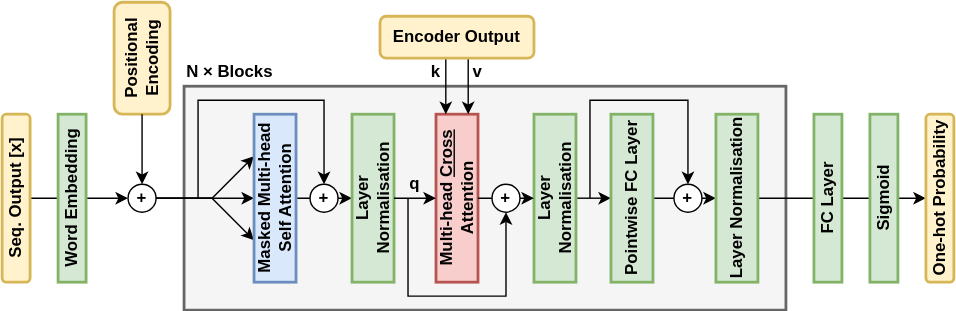
The draw.io diagram transformer_decoding.svg in yyhtbs-yye/course_images, before a commit. Source tidied: cells renumbered, new cells last; positions are measured from the earlier drawing's top-left corner, leaving out a move shared by most shapes. Source of this version:
```xml
<mxGraphModel>
  <root>
    <mxCell id="0" />
    <mxCell id="1" parent="0" />
    <mxCell id="2" style="rounded=0;whiteSpace=wrap;html=1;strokeWidth=2;fillColor=#f5f5f5;fontColor=#333333;strokeColor=#666666;" parent="1" vertex="1">
      <mxGeometry x="130" y="60" width="430" height="160" as="geometry" />
    </mxCell>
    <mxCell id="3" style="rounded=0;jettySize=auto;html=1;entryX=0;entryY=0.25;entryDx=0;entryDy=0;" parent="1" edge="1" source="8">
      <mxGeometry relative="1" as="geometry">
        <mxPoint x="180" y="110" as="targetPoint" />
        <Array as="points">
          <mxPoint x="150" y="140" />
        </Array>
      </mxGeometry>
    </mxCell>
    <mxCell id="4" style="rounded=0;jettySize=auto;html=1;" parent="1" edge="1" source="5" target="8">
      <mxGeometry relative="1" as="geometry" />
    </mxCell>
    <mxCell id="5" value="Seq. Output [x]" style="rounded=1;whiteSpace=wrap;html=1;fillColor=#fff2cc;strokeColor=#d6b656;horizontal=0;fontStyle=1;strokeWidth=2;" parent="1" vertex="1">
      <mxGeometry y="80" width="20" height="120" as="geometry" />
    </mxCell>
    <mxCell id="6" value="Word Embedding" style="rounded=0;whiteSpace=wrap;html=1;fillColor=#d5e8d4;strokeColor=#82b366;horizontal=0;fontStyle=1;strokeWidth=2;" parent="1" vertex="1">
      <mxGeometry x="40" y="80" width="20" height="120" as="geometry" />
    </mxCell>
    <mxCell id="7" value="Positional Encoding" style="rounded=1;whiteSpace=wrap;html=1;fillColor=#fff2cc;strokeColor=#d6b656;horizontal=0;fontStyle=1;strokeWidth=2;" parent="1" vertex="1">
      <mxGeometry x="80" width="40" height="80" as="geometry" />
    </mxCell>
    <mxCell id="8" value="+" style="ellipse;whiteSpace=wrap;html=1;fontStyle=1;" parent="1" vertex="1">
      <mxGeometry x="90" y="130" width="20" height="20" as="geometry" />
    </mxCell>
    <mxCell id="9" style="rounded=0;jettySize=auto;html=1;" parent="1" edge="1" source="7" target="8">
      <mxGeometry relative="1" as="geometry" />
    </mxCell>
    <mxCell id="10" style="rounded=0;jettySize=auto;html=1;" parent="1" edge="1" target="12">
      <mxGeometry relative="1" as="geometry">
        <mxPoint x="210" y="140" as="sourcePoint" />
      </mxGeometry>
    </mxCell>
    <mxCell id="11" style="rounded=0;jettySize=auto;html=1;" parent="1" edge="1" source="26" target="14">
      <mxGeometry relative="1" as="geometry" />
    </mxCell>
    <mxCell id="12" value="Layer&lt;br&gt;Normalisation" style="rounded=0;whiteSpace=wrap;html=1;fillColor=#d5e8d4;strokeColor=#82b366;horizontal=0;fontStyle=1;strokeWidth=2;" parent="1" vertex="1">
      <mxGeometry x="250" y="80" width="30" height="120" as="geometry" />
    </mxCell>
    <mxCell id="13" style="rounded=0;jettySize=auto;html=1;" parent="1" edge="1" source="14" target="16">
      <mxGeometry relative="1" as="geometry" />
    </mxCell>
    <mxCell id="14" value="Pointwise FC Layer" style="rounded=0;whiteSpace=wrap;html=1;fillColor=#d5e8d4;strokeColor=#82b366;horizontal=0;fontStyle=1;strokeWidth=2;" parent="1" vertex="1">
      <mxGeometry x="435" y="80" width="30" height="120" as="geometry" />
    </mxCell>
    <mxCell id="15" style="rounded=0;jettySize=auto;html=1;" parent="1" edge="1" source="16" target="24">
      <mxGeometry relative="1" as="geometry" />
    </mxCell>
    <mxCell id="16" value="Layer Normalisation" style="rounded=0;whiteSpace=wrap;html=1;fillColor=#d5e8d4;strokeColor=#82b366;horizontal=0;fontStyle=1;strokeWidth=2;" parent="1" vertex="1">
      <mxGeometry x="510" y="80" width="30" height="120" as="geometry" />
    </mxCell>
    <mxCell id="17" value="N × Blocks" style="text;html=1;strokeColor=none;fillColor=none;align=left;verticalAlign=middle;whiteSpace=wrap;rounded=0;fontStyle=1;" parent="1" vertex="1">
      <mxGeometry x="130" y="40" width="100" height="20" as="geometry" />
    </mxCell>
    <mxCell id="18" style="rounded=0;jettySize=auto;html=1;entryX=0;entryY=0.75;entryDx=0;entryDy=0;" parent="1" edge="1" source="8">
      <mxGeometry relative="1" as="geometry">
        <mxPoint x="180" y="170" as="targetPoint" />
        <Array as="points">
          <mxPoint x="150" y="140" />
        </Array>
      </mxGeometry>
    </mxCell>
    <mxCell id="19" style="rounded=0;jettySize=auto;html=1;entryX=0;entryY=0.5;entryDx=0;entryDy=0;" parent="1" edge="1" source="8">
      <mxGeometry relative="1" as="geometry">
        <mxPoint x="180" y="140" as="targetPoint" />
      </mxGeometry>
    </mxCell>
    <mxCell id="20" style="endArrow=classic;html=1;rounded=0;" parent="1" edge="1" target="21">
      <mxGeometry relative="1" as="geometry">
        <mxPoint x="140" y="140" as="sourcePoint" />
        <Array as="points">
          <mxPoint x="140" y="70" />
          <mxPoint x="230" y="70" />
        </Array>
      </mxGeometry>
    </mxCell>
    <mxCell id="21" value="+" style="ellipse;whiteSpace=wrap;html=1;fontStyle=1;" parent="1" vertex="1">
      <mxGeometry x="220" y="130" width="20" height="20" as="geometry" />
    </mxCell>
    <mxCell id="22" value="+" style="ellipse;whiteSpace=wrap;html=1;fontStyle=1;" parent="1" vertex="1">
      <mxGeometry x="480" y="130" width="20" height="20" as="geometry" />
    </mxCell>
    <mxCell id="23" style="endArrow=classic;html=1;rounded=0;" parent="1" edge="1" target="22">
      <mxGeometry relative="1" as="geometry">
        <mxPoint x="420" y="140" as="sourcePoint" />
        <Array as="points">
          <mxPoint x="420" y="70" />
          <mxPoint x="490" y="70" />
        </Array>
      </mxGeometry>
    </mxCell>
    <mxCell id="24" value="One-hot Probability" style="rounded=1;whiteSpace=wrap;html=1;fillColor=#fff2cc;strokeColor=#d6b656;horizontal=0;fontStyle=1;strokeWidth=2;" parent="1" vertex="1">
      <mxGeometry x="660" y="80" width="20" height="120" as="geometry" />
    </mxCell>
    <mxCell id="25" value="Multi-head &lt;u&gt;Cross &lt;/u&gt;Attention" style="rounded=0;whiteSpace=wrap;html=1;fillColor=#f8cecc;strokeColor=#b85450;horizontal=0;fontStyle=1;strokeWidth=2;" parent="1" vertex="1">
      <mxGeometry x="310" y="80" width="30" height="120" as="geometry" />
    </mxCell>
    <mxCell id="26" value="Layer&lt;br&gt;Normalisation" style="rounded=0;whiteSpace=wrap;html=1;fillColor=#d5e8d4;strokeColor=#82b366;horizontal=0;fontStyle=1;strokeWidth=2;" parent="1" vertex="1">
      <mxGeometry x="380" y="80" width="30" height="120" as="geometry" />
    </mxCell>
    <mxCell id="27" style="endArrow=classic;html=1;rounded=0;" parent="1" edge="1" target="30">
      <mxGeometry relative="1" as="geometry">
        <mxPoint x="290" y="140" as="sourcePoint" />
        <Array as="points">
          <mxPoint x="290" y="210" />
          <mxPoint x="360" y="210" />
        </Array>
      </mxGeometry>
    </mxCell>
    <mxCell id="28" style="rounded=0;jettySize=auto;html=1;" parent="1" edge="1" source="12" target="25">
      <mxGeometry relative="1" as="geometry" />
    </mxCell>
    <mxCell id="29" style="rounded=0;jettySize=auto;html=1;" parent="1" edge="1" source="25" target="26">
      <mxGeometry relative="1" as="geometry" />
    </mxCell>
    <mxCell id="30" value="+" style="ellipse;whiteSpace=wrap;html=1;fontStyle=1;" parent="1" vertex="1">
      <mxGeometry x="350" y="130" width="20" height="20" as="geometry" />
    </mxCell>
    <mxCell id="31" style="endArrow=classic;html=1;rounded=0;entryX=0.25;entryY=0;entryDx=0;entryDy=0;" parent="1" edge="1">
      <mxGeometry relative="1" as="geometry">
        <mxPoint x="317" y="40" as="sourcePoint" />
        <mxPoint x="317" y="80" as="targetPoint" />
      </mxGeometry>
    </mxCell>
    <mxCell id="32" style="endArrow=classic;html=1;rounded=0;entryX=0.25;entryY=0;entryDx=0;entryDy=0;" parent="1" edge="1">
      <mxGeometry relative="1" as="geometry">
        <mxPoint x="333" y="40" as="sourcePoint" />
        <mxPoint x="333" y="80" as="targetPoint" />
      </mxGeometry>
    </mxCell>
    <mxCell id="33" value="q" style="text;html=1;strokeColor=none;fillColor=none;align=center;verticalAlign=middle;whiteSpace=wrap;rounded=0;fontStyle=1;" parent="1" vertex="1">
      <mxGeometry x="285" y="120" width="20" height="20" as="geometry" />
    </mxCell>
    <mxCell id="34" value="k" style="text;html=1;strokeColor=none;fillColor=none;align=center;verticalAlign=middle;whiteSpace=wrap;rounded=0;fontStyle=1;" parent="1" vertex="1">
      <mxGeometry x="300" y="40" width="20" height="20" as="geometry" />
    </mxCell>
    <mxCell id="35" value="v" style="text;html=1;strokeColor=none;fillColor=none;align=center;verticalAlign=middle;whiteSpace=wrap;rounded=0;fontStyle=1;" parent="1" vertex="1">
      <mxGeometry x="330" y="40" width="20" height="20" as="geometry" />
    </mxCell>
    <mxCell id="36" value="Encoder Output" style="rounded=1;whiteSpace=wrap;html=1;fillColor=#fff2cc;strokeColor=#d6b656;fontStyle=1;strokeWidth=2;" parent="1" vertex="1">
      <mxGeometry x="270" y="10" width="110" height="30" as="geometry" />
    </mxCell>
    <mxCell id="37" value="FC Layer" style="rounded=0;whiteSpace=wrap;html=1;fillColor=#d5e8d4;strokeColor=#82b366;horizontal=0;fontStyle=1;strokeWidth=2;" parent="1" vertex="1">
      <mxGeometry x="580" y="80" width="20" height="120" as="geometry" />
    </mxCell>
    <mxCell id="38" value="Sigmoid" style="rounded=0;whiteSpace=wrap;html=1;fillColor=#d5e8d4;strokeColor=#82b366;horizontal=0;fontStyle=1;strokeWidth=2;" parent="1" vertex="1">
      <mxGeometry x="620" y="80" width="20" height="120" as="geometry" />
    </mxCell>
    <mxCell id="39" value="Masked Multi-head Self Attention" style="rounded=0;whiteSpace=wrap;html=1;fillColor=#dae8fc;strokeColor=#6c8ebf;horizontal=0;fontStyle=1;strokeWidth=2;" parent="1" vertex="1">
      <mxGeometry x="180" y="80" width="30" height="120" as="geometry" />
    </mxCell>
  </root>
</mxGraphModel>
```
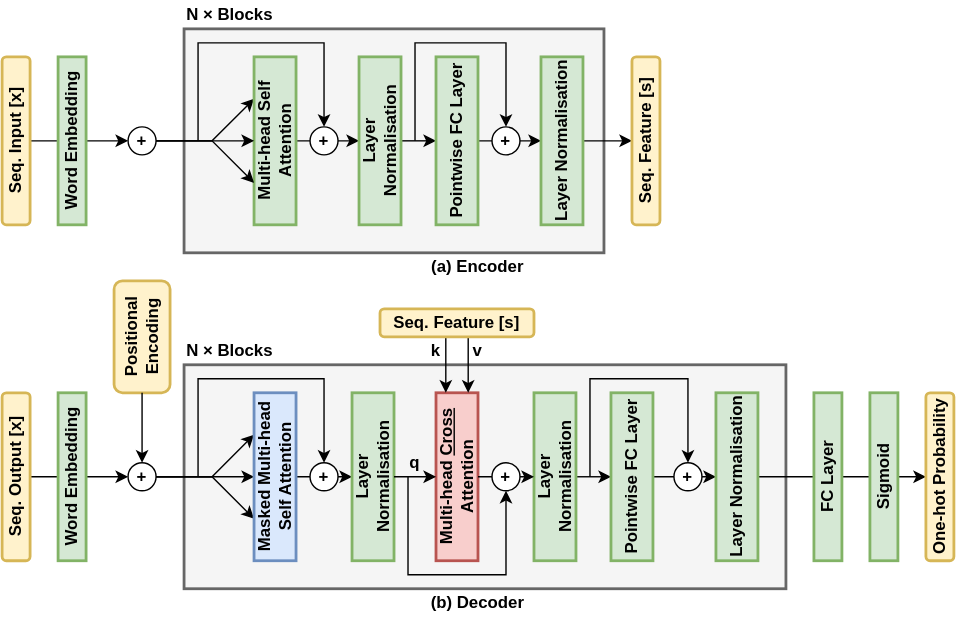
Later version of the same file.

The edit, as a diff of the source:
```diff
@@ -142,8 +142,8 @@
     <mxCell id="35" value="v" style="text;html=1;strokeColor=none;fillColor=none;align=center;verticalAlign=middle;whiteSpace=wrap;rounded=0;fontStyle=1;" parent="1" vertex="1">
       <mxGeometry x="330" y="40" width="20" height="20" as="geometry" />
     </mxCell>
-    <mxCell id="36" value="Encoder Output" style="rounded=1;whiteSpace=wrap;html=1;fillColor=#fff2cc;strokeColor=#d6b656;fontStyle=1;strokeWidth=2;" parent="1" vertex="1">
-      <mxGeometry x="270" y="10" width="110" height="30" as="geometry" />
+    <mxCell id="36" value="Seq. Feature [s]" style="rounded=1;whiteSpace=wrap;html=1;fillColor=#fff2cc;strokeColor=#d6b656;fontStyle=1;strokeWidth=2;" parent="1" vertex="1">
+      <mxGeometry x="270" y="20" width="110" height="20" as="geometry" />
     </mxCell>
     <mxCell id="37" value="FC Layer" style="rounded=0;whiteSpace=wrap;html=1;fillColor=#d5e8d4;strokeColor=#82b366;horizontal=0;fontStyle=1;strokeWidth=2;" parent="1" vertex="1">
       <mxGeometry x="580" y="80" width="20" height="120" as="geometry" />
@@ -154,5 +154,100 @@
     <mxCell id="39" value="Masked Multi-head Self Attention" style="rounded=0;whiteSpace=wrap;html=1;fillColor=#dae8fc;strokeColor=#6c8ebf;horizontal=0;fontStyle=1;strokeWidth=2;" parent="1" vertex="1">
       <mxGeometry x="180" y="80" width="30" height="120" as="geometry" />
     </mxCell>
+    <mxCell id="40" style="rounded=0;whiteSpace=wrap;html=1;strokeWidth=2;fillColor=#f5f5f5;fontColor=#333333;strokeColor=#666666;" parent="1" vertex="1">
+      <mxGeometry x="130" y="-180" width="300" height="160" as="geometry" />
+    </mxCell>
+    <mxCell id="41" style="rounded=0;jettySize=auto;html=1;entryX=0;entryY=0.25;entryDx=0;entryDy=0;" parent="1" edge="1" source="45" target="47">
+      <mxGeometry relative="1" as="geometry">
+        <Array as="points">
+          <mxPoint x="150" y="-100" />
+        </Array>
+      </mxGeometry>
+    </mxCell>
+    <mxCell id="42" style="rounded=0;jettySize=auto;html=1;" parent="1" edge="1" source="43" target="45">
+      <mxGeometry relative="1" as="geometry" />
+    </mxCell>
+    <mxCell id="43" value="Seq. Input [x]" style="rounded=1;whiteSpace=wrap;html=1;fillColor=#fff2cc;strokeColor=#d6b656;horizontal=0;fontStyle=1;strokeWidth=2;" parent="1" vertex="1">
+      <mxGeometry y="-160" width="20" height="120" as="geometry" />
+    </mxCell>
+    <mxCell id="44" value="Word Embedding" style="rounded=0;whiteSpace=wrap;html=1;fillColor=#d5e8d4;strokeColor=#82b366;horizontal=0;fontStyle=1;strokeWidth=2;" parent="1" vertex="1">
+      <mxGeometry x="40" y="-160" width="20" height="120" as="geometry" />
+    </mxCell>
+    <mxCell id="45" value="+" style="ellipse;whiteSpace=wrap;html=1;fontStyle=1;" parent="1" vertex="1">
+      <mxGeometry x="90" y="-110" width="20" height="20" as="geometry" />
+    </mxCell>
+    <mxCell id="46" style="rounded=0;jettySize=auto;html=1;" parent="1" edge="1" source="47" target="49">
+      <mxGeometry relative="1" as="geometry" />
+    </mxCell>
+    <mxCell id="47" value="Multi-head Self Attention" style="rounded=0;whiteSpace=wrap;html=1;fillColor=#d5e8d4;strokeColor=#82b366;horizontal=0;fontStyle=1;strokeWidth=2;" parent="1" vertex="1">
+      <mxGeometry x="180" y="-160" width="30" height="120" as="geometry" />
+    </mxCell>
+    <mxCell id="48" style="rounded=0;jettySize=auto;html=1;exitX=1;exitY=0.5;exitDx=0;exitDy=0;" parent="1" edge="1" source="49" target="51">
+      <mxGeometry relative="1" as="geometry" />
+    </mxCell>
+    <mxCell id="49" value="Layer&lt;br&gt;Normalisation" style="rounded=0;whiteSpace=wrap;html=1;fillColor=#d5e8d4;strokeColor=#82b366;horizontal=0;fontStyle=1;strokeWidth=2;" parent="1" vertex="1">
+      <mxGeometry x="255" y="-160" width="30" height="120" as="geometry" />
+    </mxCell>
+    <mxCell id="50" style="rounded=0;jettySize=auto;html=1;" parent="1" edge="1" source="51" target="53">
+      <mxGeometry relative="1" as="geometry" />
+    </mxCell>
+    <mxCell id="51" value="Pointwise FC Layer" style="rounded=0;whiteSpace=wrap;html=1;fillColor=#d5e8d4;strokeColor=#82b366;horizontal=0;fontStyle=1;strokeWidth=2;" parent="1" vertex="1">
+      <mxGeometry x="310" y="-160" width="30" height="120" as="geometry" />
+    </mxCell>
+    <mxCell id="52" style="rounded=0;jettySize=auto;html=1;" parent="1" edge="1" source="53">
+      <mxGeometry relative="1" as="geometry">
+        <mxPoint x="450" y="-100" as="targetPoint" />
+      </mxGeometry>
+    </mxCell>
+    <mxCell id="53" value="Layer Normalisation" style="rounded=0;whiteSpace=wrap;html=1;fillColor=#d5e8d4;strokeColor=#82b366;horizontal=0;fontStyle=1;strokeWidth=2;" parent="1" vertex="1">
+      <mxGeometry x="385" y="-160" width="30" height="120" as="geometry" />
+    </mxCell>
+    <mxCell id="54" value="N × Blocks" style="text;html=1;strokeColor=none;fillColor=none;align=left;verticalAlign=middle;whiteSpace=wrap;rounded=0;fontStyle=1;" parent="1" vertex="1">
+      <mxGeometry x="130" y="-200" width="100" height="20" as="geometry" />
+    </mxCell>
+    <mxCell id="55" style="rounded=0;jettySize=auto;html=1;entryX=0;entryY=0.75;entryDx=0;entryDy=0;" parent="1" edge="1" source="45" target="47">
+      <mxGeometry relative="1" as="geometry">
+        <Array as="points">
+          <mxPoint x="150" y="-100" />
+        </Array>
+      </mxGeometry>
+    </mxCell>
+    <mxCell id="56" style="rounded=0;jettySize=auto;html=1;entryX=0;entryY=0.5;entryDx=0;entryDy=0;" parent="1" edge="1" source="45" target="47">
+      <mxGeometry relative="1" as="geometry" />
+    </mxCell>
+    <mxCell id="57" style="endArrow=classic;html=1;rounded=0;" parent="1" edge="1" target="58">
+      <mxGeometry relative="1" as="geometry">
+        <mxPoint x="140" y="-100" as="sourcePoint" />
+        <Array as="points">
+          <mxPoint x="140" y="-170" />
+          <mxPoint x="230" y="-170" />
+        </Array>
+      </mxGeometry>
+    </mxCell>
+    <mxCell id="58" value="+" style="ellipse;whiteSpace=wrap;html=1;fontStyle=1;" parent="1" vertex="1">
+      <mxGeometry x="220" y="-110" width="20" height="20" as="geometry" />
+    </mxCell>
+    <mxCell id="59" value="+" style="ellipse;whiteSpace=wrap;html=1;fontStyle=1;" parent="1" vertex="1">
+      <mxGeometry x="350" y="-110" width="20" height="20" as="geometry" />
+    </mxCell>
+    <mxCell id="60" style="endArrow=classic;html=1;rounded=0;" parent="1" edge="1">
+      <mxGeometry relative="1" as="geometry">
+        <mxPoint x="295" y="-100" as="sourcePoint" />
+        <mxPoint x="360" y="-110" as="targetPoint" />
+        <Array as="points">
+          <mxPoint x="295" y="-170" />
+          <mxPoint x="360" y="-170" />
+        </Array>
+      </mxGeometry>
+    </mxCell>
+    <mxCell id="61" value="Seq. Feature [s]" style="rounded=1;whiteSpace=wrap;html=1;fillColor=#fff2cc;strokeColor=#d6b656;horizontal=0;fontStyle=1;strokeWidth=2;" parent="1" vertex="1">
+      <mxGeometry x="450" y="-160" width="20" height="120" as="geometry" />
+    </mxCell>
+    <mxCell id="62" value="(a) Encoder" style="text;html=1;strokeColor=none;fillColor=none;align=center;verticalAlign=middle;whiteSpace=wrap;rounded=0;fontStyle=1;" parent="1" vertex="1">
+      <mxGeometry y="-20" width="680" height="20" as="geometry" />
+    </mxCell>
+    <mxCell id="63" value="(b) Decoder" style="text;html=1;strokeColor=none;fillColor=none;align=center;verticalAlign=middle;whiteSpace=wrap;rounded=0;fontStyle=1;" parent="1" vertex="1">
+      <mxGeometry y="220" width="680" height="20" as="geometry" />
+    </mxCell>
   </root>
 </mxGraphModel>
```
